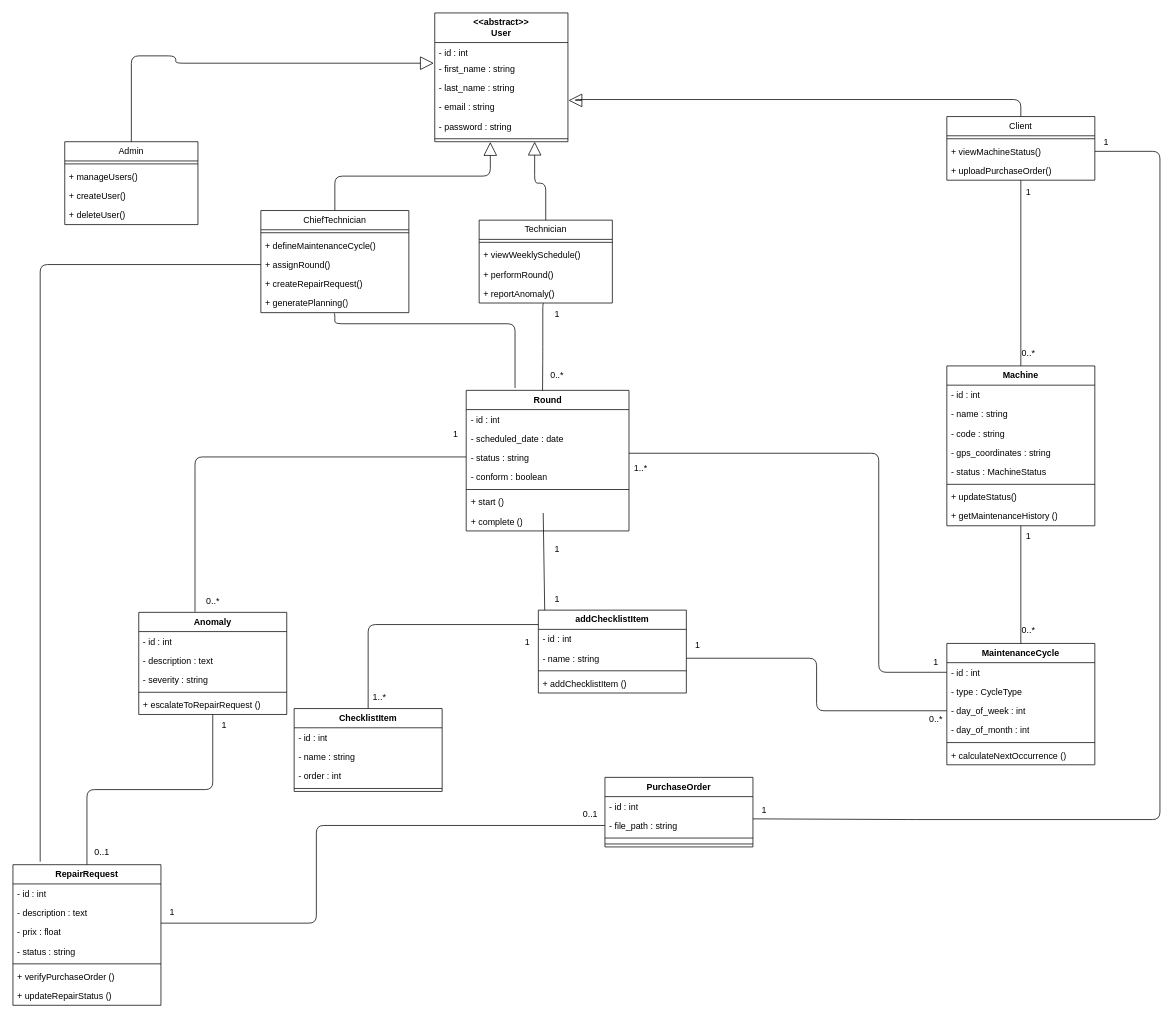
This is UML/cmms_class_diagram.drawio from reda-guemry/MAINTORA, a draw.io file, before an edit. Source tidied: cells renumbered, new cells numbered last; positions are measured from the earlier drawing's top-left corner, leaving out a move shared by most shapes. Both pictures are drawn from the tidied source at 74%, with x=0, y=0 at pixel (13, 13).
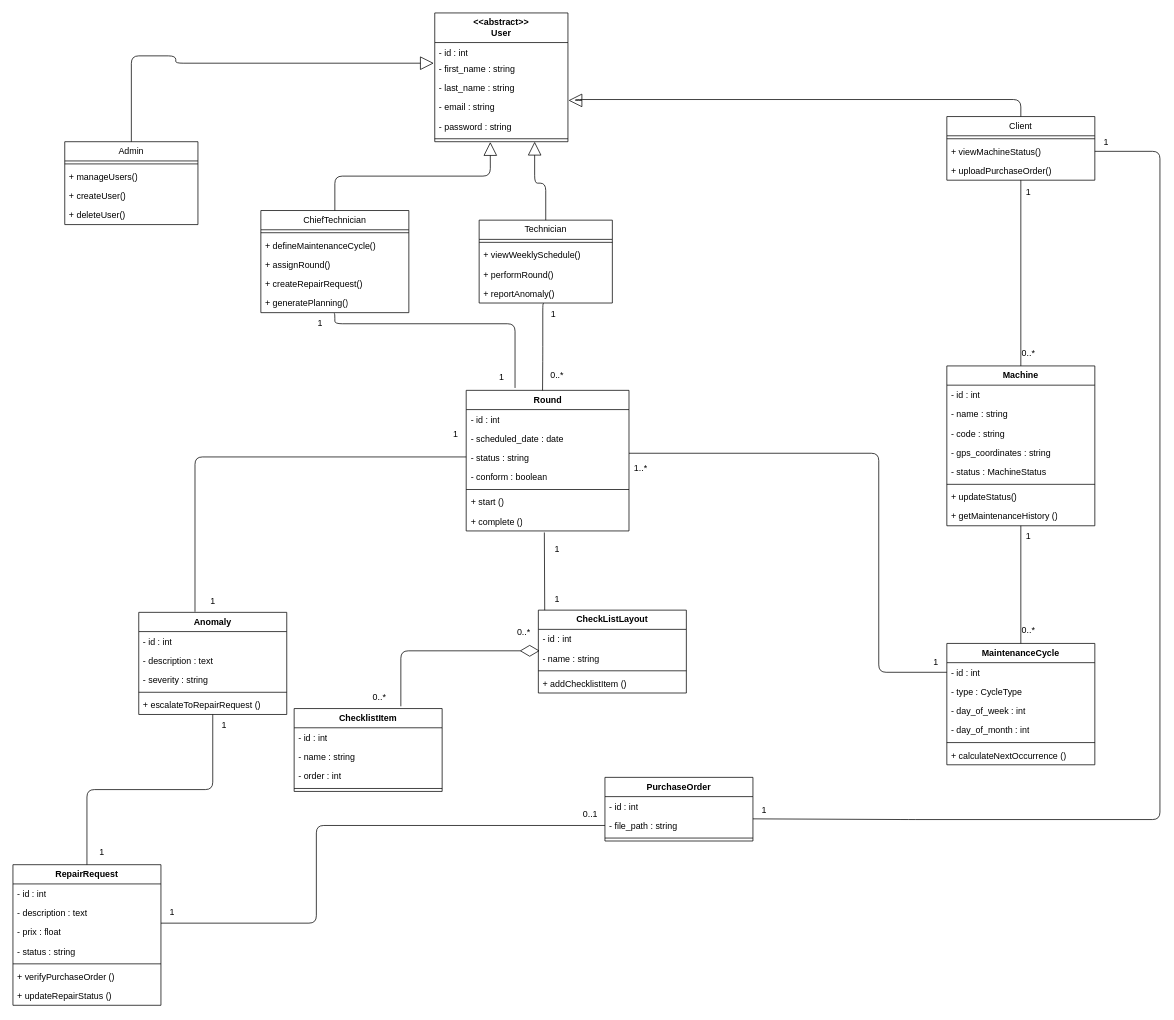
After the change.

The change refers to these unchanged cells:
```xml
<mxCell id="17" value="+ assignRound()" style="text;strokeColor=none;fillColor=none;align=left;verticalAlign=top;spacingLeft=4;spacingRight=4;overflow=hidden;points=[[0,0.5],[1,0.5]];portConstraint=eastwest;whiteSpace=wrap;html=1;" parent="14" vertex="1">
  <mxGeometry y="60" width="200" height="26" as="geometry" />
</mxCell>
<mxCell id="41" value="- day_of_week : int" style="text;strokeColor=none;fillColor=none;align=left;verticalAlign=top;spacingLeft=4;spacingRight=4;overflow=hidden;points=[[0,0.5],[1,0.5]];portConstraint=eastwest;whiteSpace=wrap;html=1;" parent="38" vertex="1">
  <mxGeometry y="78" width="200" height="26" as="geometry" />
</mxCell>
<mxCell id="51" value="+&amp;nbsp;start ()" style="text;strokeColor=none;fillColor=none;align=left;verticalAlign=top;spacingLeft=4;spacingRight=4;overflow=hidden;points=[[0,0.5],[1,0.5]];portConstraint=eastwest;whiteSpace=wrap;html=1;" parent="45" vertex="1">
  <mxGeometry y="138" width="220" height="26" as="geometry" />
</mxCell>
<mxCell id="52" value="+&amp;nbsp;complete ()" style="text;strokeColor=none;fillColor=none;align=left;verticalAlign=top;spacingLeft=4;spacingRight=4;overflow=hidden;points=[[0,0.5],[1,0.5]];portConstraint=eastwest;whiteSpace=wrap;html=1;" parent="45" vertex="1">
  <mxGeometry y="164" width="220" height="26" as="geometry" />
</mxCell>
<mxCell id="55" value="- name : string" style="text;strokeColor=none;fillColor=none;align=left;verticalAlign=top;spacingLeft=4;spacingRight=4;overflow=hidden;points=[[0,0.5],[1,0.5]];portConstraint=eastwest;whiteSpace=wrap;html=1;" parent="53" vertex="1">
  <mxGeometry y="52" width="200" height="26" as="geometry" />
</mxCell>
<mxCell id="58" value="ChecklistItem" style="swimlane;fontStyle=1;horizontal=1;startSize=26;fillColor=#ffffff;strokeColor=#000000;whiteSpace=wrap;html=1;" parent="1" vertex="1">
  <mxGeometry x="380" y="940" width="200" height="112" as="geometry" />
</mxCell>
<mxCell id="69" value="RepairRequest" style="swimlane;fontStyle=1;horizontal=1;startSize=26;fillColor=#ffffff;strokeColor=#000000;whiteSpace=wrap;html=1;" parent="1" vertex="1">
  <mxGeometry y="1151" width="200" height="190" as="geometry" />
</mxCell>
```

What changed in the source:
```diff
@@
-    <mxCell id="53" value="addChecklistItem" style="swimlane;fontStyle=1;horizontal=1;startSize=26;fillColor=#ffffff;strokeColor=#000000;whiteSpace=wrap;html=1;" parent="1" vertex="1">
+    <mxCell id="53" value="CheckListLayout" style="swimlane;fontStyle=1;horizontal=1;startSize=26;fillColor=#ffffff;strokeColor=#000000;whiteSpace=wrap;html=1;" parent="1" vertex="1">
       <mxGeometry x="710" y="807" width="200" height="112" as="geometry" />
     </mxCell>
@@
     <mxCell id="77" value="PurchaseOrder" style="swimlane;fontStyle=1;horizontal=1;startSize=26;fillColor=#ffffff;strokeColor=#000000;whiteSpace=wrap;html=1;" parent="1" vertex="1">
-      <mxGeometry x="800" y="1033" width="200" height="94" as="geometry" />
+      <mxGeometry x="800" y="1033" width="200" height="86" as="geometry" />
     </mxCell>
@@
-    <mxCell id="81" style="line;strokeWidth=1;fillColor=none;align=left;verticalAlign=middle;spacingTop=-1;spacingLeft=3;spacingRight=3;labelPosition=right;strokeColor=inherit;" parent="77" vertex="1">
-      <mxGeometry y="86" width="200" height="8" as="geometry" />
-    </mxCell>
@@
     <mxCell id="93" value="1" style="text;html=1;align=center;verticalAlign=middle;strokeColor=none;fillColor=none;" parent="1" vertex="1">
-      <mxGeometry x="720" y="392" width="30" height="30" as="geometry" />
+      <mxGeometry x="715" y="392" width="30" height="30" as="geometry" />
     </mxCell>
@@
-    <mxCell id="98" value="1" style="text;html=1;align=center;verticalAlign=middle;strokeColor=none;fillColor=none;" parent="1" vertex="1">
-      <mxGeometry x="680" y="835" width="30" height="30" as="geometry" />
+    <mxCell id="98" value="0..*" style="text;html=1;align=center;verticalAlign=middle;strokeColor=none;fillColor=none;" parent="1" vertex="1">
+      <mxGeometry x="670" y="822" width="40" height="30" as="geometry" />
     </mxCell>
-    <mxCell id="99" value="1..*" style="text;html=1;align=center;verticalAlign=middle;strokeColor=none;fillColor=none;" parent="1" vertex="1">
+    <mxCell id="99" value="0..*" style="text;html=1;align=center;verticalAlign=middle;strokeColor=none;fillColor=none;" parent="1" vertex="1">
       <mxGeometry x="475" y="910" width="40" height="30" as="geometry" />
     </mxCell>
@@
-    <mxCell id="102" value="0..*" style="text;html=1;align=center;verticalAlign=middle;strokeColor=none;fillColor=none;" parent="1" vertex="1">
-      <mxGeometry x="250" y="780" width="40" height="30" as="geometry" />
+    <mxCell id="102" value="1" style="text;html=1;align=center;verticalAlign=middle;strokeColor=none;fillColor=none;" parent="1" vertex="1">
+      <mxGeometry x="255" y="780" width="30" height="30" as="geometry" />
     </mxCell>
@@
-    <mxCell id="105" value="0..1" style="text;html=1;align=center;verticalAlign=middle;strokeColor=none;fillColor=none;" parent="1" vertex="1">
-      <mxGeometry x="100" y="1119" width="40" height="30" as="geometry" />
+    <mxCell id="105" value="1" style="text;html=1;align=center;verticalAlign=middle;strokeColor=none;fillColor=none;" parent="1" vertex="1">
+      <mxGeometry x="105" y="1119" width="30" height="30" as="geometry" />
     </mxCell>
@@
-    <mxCell id="112" style="endArrow=none;html=1;edgeStyle=orthogonalEdgeStyle;entryX=1;entryY=0.5;entryDx=0;entryDy=0;exitX=0;exitY=0.5;exitDx=0;exitDy=0;" parent="1" edge="1" source="41" target="55">
-      <mxGeometry relative="1" as="geometry" />
-    </mxCell>
-    <mxCell id="113" value="0..*" style="text;html=1;align=center;verticalAlign=middle;strokeColor=none;fillColor=none;" parent="1" vertex="1">
-      <mxGeometry x="1227" y="940" width="40" height="30" as="geometry" />
-    </mxCell>
-    <mxCell id="114" value="1" style="text;html=1;align=center;verticalAlign=middle;strokeColor=none;fillColor=none;" parent="1" vertex="1">
-      <mxGeometry x="910" y="840" width="30" height="30" as="geometry" />
-    </mxCell>
@@
-    <mxCell id="116" style="endArrow=none;html=1;entryX=0.043;entryY=0;entryDx=0;entryDy=0;exitX=0.473;exitY=1.066;exitDx=0;exitDy=0;exitPerimeter=0;entryPerimeter=0;" parent="1" edge="1" source="51" target="53">
+    <mxCell id="116" style="endArrow=none;html=1;entryX=0.043;entryY=0;entryDx=0;entryDy=0;exitX=0.48;exitY=1.079;exitDx=0;exitDy=0;exitPerimeter=0;entryPerimeter=0;" parent="1" edge="1" source="52" target="53">
       <mxGeometry relative="1" as="geometry" />
     </mxCell>
@@
-    <mxCell id="119" style="endArrow=none;html=1;edgeStyle=orthogonalEdgeStyle;exitX=0;exitY=0.5;exitDx=0;exitDy=0;entryX=0.184;entryY=-0.021;entryDx=0;entryDy=0;entryPerimeter=0;" parent="1" edge="1" source="17" target="69">
-      <mxGeometry relative="1" as="geometry">
-        <Array as="points">
-          <mxPoint x="37" y="340" />
-        </Array>
-      </mxGeometry>
-    </mxCell>
-    <mxCell id="120" style="endArrow=none;endFill=0;endSize=24;html=1;exitX=0.5;exitY=0;exitDx=0;exitDy=0;entryX=0;entryY=0.174;entryDx=0;entryDy=0;entryPerimeter=0;edgeStyle=orthogonalEdgeStyle;" parent="1" edge="1" source="58" target="53">
-      <mxGeometry relative="1" as="geometry" />
-    </mxCell>
+    <mxCell id="121" style="endArrow=diamondThin;endFill=0;endSize=24;html=1;entryX=0.009;entryY=0.115;entryDx=0;entryDy=0;entryPerimeter=0;exitX=0.721;exitY=-0.027;exitDx=0;exitDy=0;exitPerimeter=0;edgeStyle=orthogonalEdgeStyle;" parent="1" edge="1" source="58" target="55">
+      <mxGeometry relative="1" as="geometry" />
+    </mxCell>
+    <mxCell id="122" value="1" style="text;html=1;align=center;verticalAlign=middle;strokeColor=none;fillColor=none;" parent="1" vertex="1">
+      <mxGeometry x="645" y="477" width="30" height="30" as="geometry" />
+    </mxCell>
+    <mxCell id="123" value="1" style="text;html=1;align=center;verticalAlign=middle;strokeColor=none;fillColor=none;" parent="1" vertex="1">
+      <mxGeometry x="400" y="405" width="30" height="30" as="geometry" />
+    </mxCell>
```
